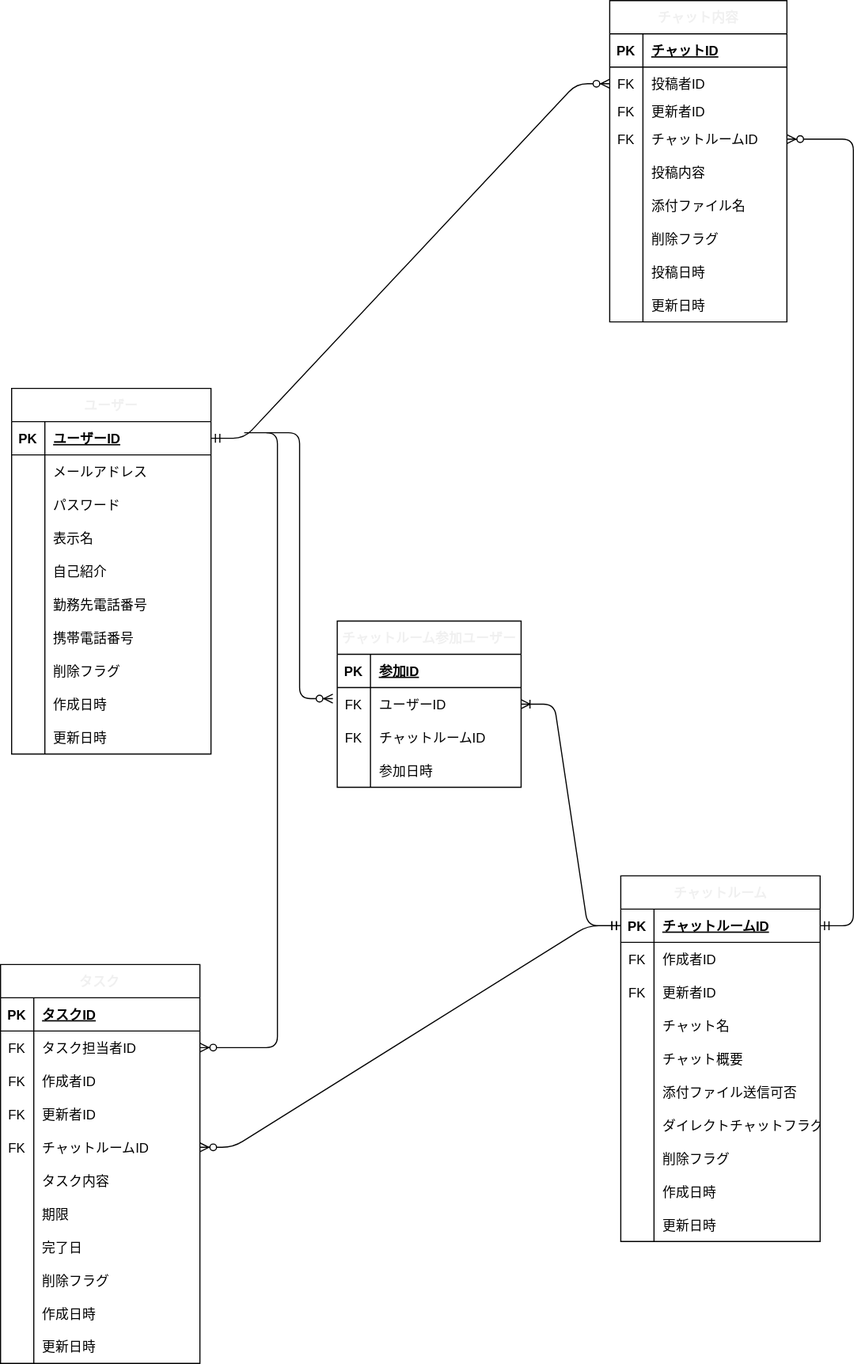
Above: db/db-challenge1/ERDiagram.drawio.svg in DaisukeKikukawa/codegym-db (draw.io), before the change. Source tidied: cells renumbered, new cells last; positions are measured from the earlier drawing's top-left corner, leaving out a move shared by most shapes.
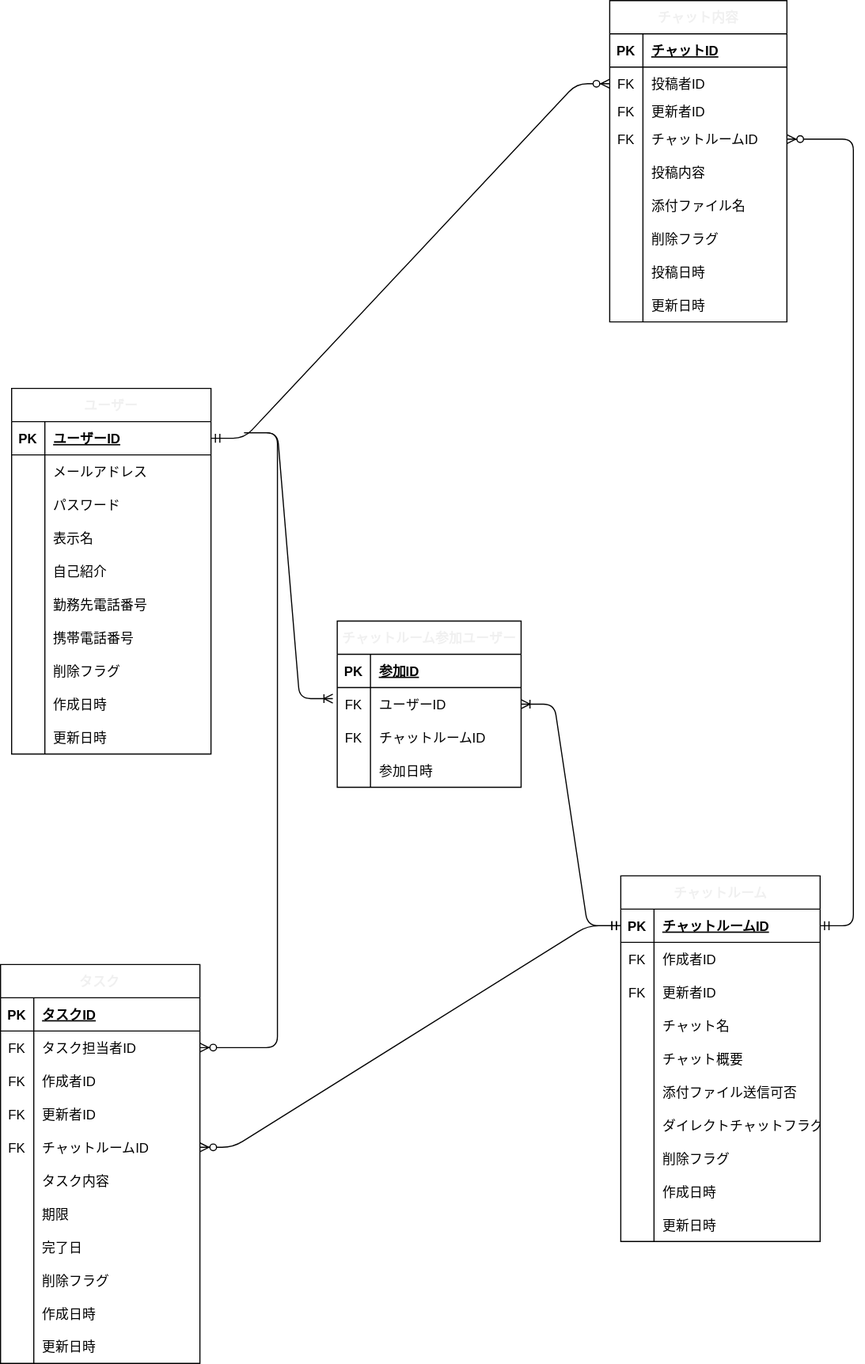
The same file after the commit.

What changed in the source:
```diff
@@ -427,14 +427,14 @@
     <mxCell id="142" value="参加日時" style="shape=partialRectangle;fillColor=none;top=0;left=0;bottom=0;right=0;align=left;spacingLeft=6;fontStyle=0;overflow=hidden;" parent="140" vertex="1">
       <mxGeometry x="30" width="136" height="30" as="geometry" />
     </mxCell>
-    <mxCell id="143" style="edgeStyle=entityRelationEdgeStyle;fontSize=12;html=1;endArrow=ERzeroToMany;endFill=1;align=center;" parent="1" edge="1">
-      <mxGeometry relative="1" as="geometry">
-        <mxPoint x="240" y="390" as="sourcePoint" />
-        <mxPoint x="300" y="630" as="targetPoint" />
-      </mxGeometry>
-    </mxCell>
     <mxCell id="144" style="edgeStyle=entityRelationEdgeStyle;fontSize=12;html=1;endArrow=ERoneToMany;startArrow=ERmandOne;align=center;exitX=0;exitY=0.5;exitDx=0;exitDy=0;entryX=1;entryY=0.5;entryDx=0;entryDy=0;" parent="1" edge="1" source="96" target="134">
       <mxGeometry relative="1" as="geometry" />
     </mxCell>
+    <mxCell id="145" style="edgeStyle=entityRelationEdgeStyle;fontSize=12;html=1;endArrow=ERoneToMany;align=center;" parent="1" edge="1">
+      <mxGeometry relative="1" as="geometry">
+        <mxPoint x="220" y="390" as="sourcePoint" />
+        <mxPoint x="300" y="630" as="targetPoint" />
+      </mxGeometry>
+    </mxCell>
   </root>
 </mxGraphModel>
```
